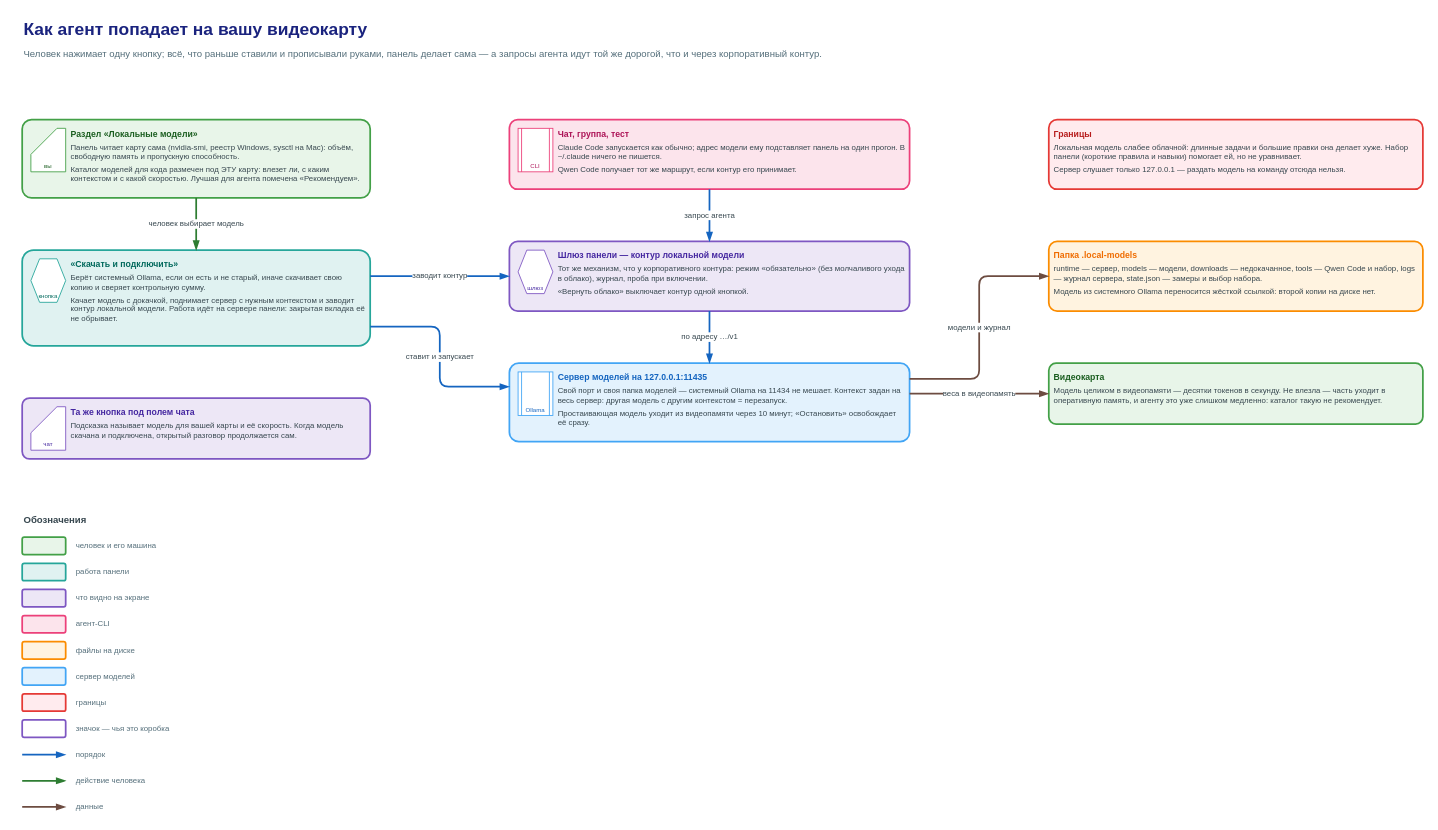
This is docs/diagrams/localModels-guide/localModels-guide.drawio from rusyander/claude-control, a draw.io file, before an edit. Source tidied: cells renumbered, new cells numbered last; positions are measured from the earlier drawing's top-left corner, leaving out a move shared by most shapes. Both pictures are drawn from the tidied source at 87%, with x=0, y=0 at pixel (22, 15).
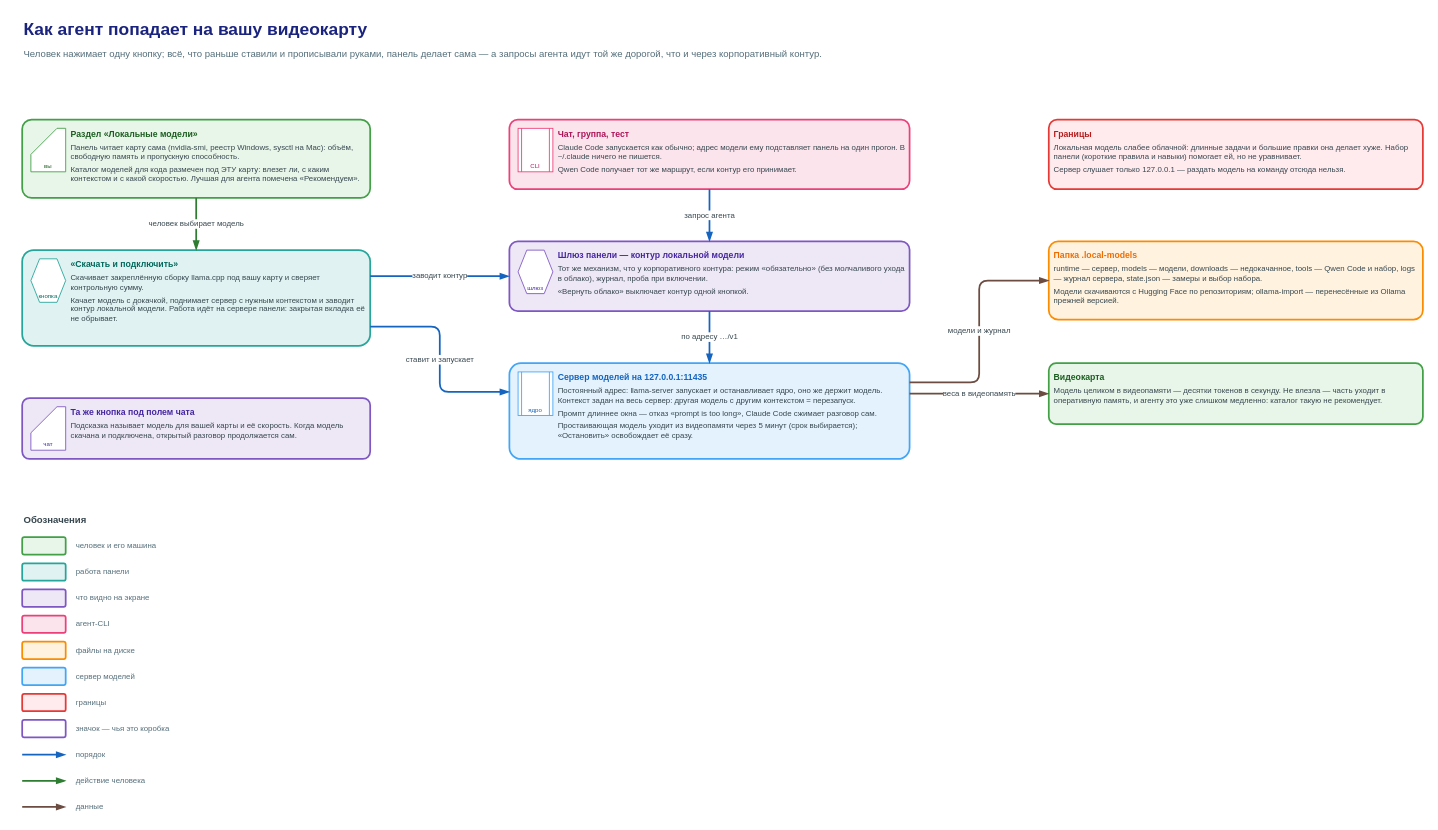
After the change.

The change refers to these unchanged cells:
```xml
<mxCell id="16" value="&lt;div style=&quot;font-size:10px;font-weight:600;color:#1B5E20;text-align:left&quot;&gt;Видеокарта&lt;/div&gt;&lt;div style=&quot;font-size:9px;text-align:left;margin-top:4px&quot;&gt;Модель целиком в видеопамяти — десятки токенов в секунду. Не влезла — часть уходит в оперативную память, и агенту это уже слишком медленно: каталог такую не рекомендует.&lt;/div&gt;" style="rounded=1;arcSize=12;fillColor=#E8F5E9;strokeColor=#43A047;strokeWidth=2;html=1;whiteSpace=wrap;align=left;verticalAlign=top;spacing=6;fontSize=9;fontColor=#37474F;informational=1;" parent="1" vertex="1">
  <mxGeometry x="1180" y="400" width="430" height="70" as="geometry" />
</mxCell>
```

What changed in the source:
```diff
@@
-    <mxCell id="6" value="&lt;div style=&quot;font-size:10px;font-weight:600;color:#00695C;text-align:left&quot;&gt;«Скачать и подключить»&lt;/div&gt;&lt;div style=&quot;font-size:9px;text-align:left;margin-top:4px&quot;&gt;Берёт системный Ollama, если он есть и не старый, иначе скачивает свою копию и сверяет контрольную сумму.&lt;/div&gt;&lt;div style=&quot;font-size:9px;text-align:left;margin-top:4px&quot;&gt;Качает модель с докачкой, поднимает сервер с нужным контекстом и заводит контур локальной модели. Работа идёт на сервере панели: закрытая вкладка её не обрывает.&lt;/div&gt;" style="rounded=1;arcSize=12;fillColor=#E0F2F1;strokeColor=#26A69A;strokeWidth=2;html=1;whiteSpace=wrap;align=left;verticalAlign=top;spacing=6;fontSize=9;fontColor=#37474F;spacingLeft=50;informational=1;" parent="1" vertex="1">
+    <mxCell id="6" value="&lt;div style=&quot;font-size:10px;font-weight:600;color:#00695C;text-align:left&quot;&gt;«Скачать и подключить»&lt;/div&gt;&lt;div style=&quot;font-size:9px;text-align:left;margin-top:4px&quot;&gt;Скачивает закреплённую сборку llama.cpp под вашу карту и сверяет контрольную сумму.&lt;/div&gt;&lt;div style=&quot;font-size:9px;text-align:left;margin-top:4px&quot;&gt;Качает модель с докачкой, поднимает сервер с нужным контекстом и заводит контур локальной модели. Работа идёт на сервере панели: закрытая вкладка её не обрывает.&lt;/div&gt;" style="rounded=1;arcSize=12;fillColor=#E0F2F1;strokeColor=#26A69A;strokeWidth=2;html=1;whiteSpace=wrap;align=left;verticalAlign=top;spacing=6;fontSize=9;fontColor=#37474F;spacingLeft=50;informational=1;" parent="1" vertex="1">
       <mxGeometry y="270" width="400" height="110" as="geometry" />
     </mxCell>
@@
-    <mxCell id="14" value="&lt;div style=&quot;font-size:10px;font-weight:600;color:#1565C0;text-align:left&quot;&gt;Сервер моделей на 127.0.0.1:11435&lt;/div&gt;&lt;div style=&quot;font-size:9px;text-align:left;margin-top:4px&quot;&gt;Свой порт и своя папка моделей — системный Ollama на 11434 не мешает. Контекст задан на весь сервер: другая модель с другим контекстом = перезапуск.&lt;/div&gt;&lt;div style=&quot;font-size:9px;text-align:left;margin-top:4px&quot;&gt;Простаивающая модель уходит из видеопамяти через 10 минут; «Остановить» освобождает её сразу.&lt;/div&gt;" style="rounded=1;arcSize=12;fillColor=#E3F2FD;strokeColor=#42A5F5;strokeWidth=2;html=1;whiteSpace=wrap;align=left;verticalAlign=top;spacing=6;fontSize=9;fontColor=#37474F;spacingLeft=50;informational=1;" parent="1" vertex="1">
-      <mxGeometry x="560" y="400" width="460" height="90" as="geometry" />
+    <mxCell id="14" value="&lt;div style=&quot;font-size:10px;font-weight:600;color:#1565C0;text-align:left&quot;&gt;Сервер моделей на 127.0.0.1:11435&lt;/div&gt;&lt;div style=&quot;font-size:9px;text-align:left;margin-top:4px&quot;&gt;Постоянный адрес: llama-server запускает и останавливает ядро, оно же держит модель. Контекст задан на весь сервер: другая модель с другим контекстом = перезапуск.&lt;/div&gt;&lt;div style=&quot;font-size:9px;text-align:left;margin-top:4px&quot;&gt;Промпт длиннее окна — отказ «prompt is too long», Claude Code сжимает разговор сам.&lt;/div&gt;&lt;div style=&quot;font-size:9px;text-align:left;margin-top:4px&quot;&gt;Простаивающая модель уходит из видеопамяти через 5 минут (срок выбирается); «Остановить» освобождает её сразу.&lt;/div&gt;" style="rounded=1;arcSize=12;fillColor=#E3F2FD;strokeColor=#42A5F5;strokeWidth=2;html=1;whiteSpace=wrap;align=left;verticalAlign=top;spacing=6;fontSize=9;fontColor=#37474F;spacingLeft=50;informational=1;" parent="1" vertex="1">
+      <mxGeometry x="560" y="400" width="460" height="110" as="geometry" />
     </mxCell>
-    <mxCell id="15" value="Ollama" style="shape=process;fillColor=#FFFFFF;strokeColor=#42A5F5;html=1;whiteSpace=wrap;align=center;verticalAlign=bottom;fontSize=7;fontColor=#1565C0;informational=1;" parent="14" vertex="1">
+    <mxCell id="15" value="ядро" style="shape=process;fillColor=#FFFFFF;strokeColor=#42A5F5;html=1;whiteSpace=wrap;align=center;verticalAlign=bottom;fontSize=7;fontColor=#1565C0;informational=1;" parent="14" vertex="1">
       <mxGeometry x="10" y="10" width="40" height="50" as="geometry" />
     </mxCell>
@@
-    <mxCell id="17" value="&lt;div style=&quot;font-size:10px;font-weight:600;color:#EF6C00;text-align:left&quot;&gt;Папка .local-models&lt;/div&gt;&lt;div style=&quot;font-size:9px;text-align:left;margin-top:4px&quot;&gt;runtime — сервер, models — модели, downloads — недокачанное, tools — Qwen Code и набор, logs — журнал сервера, state.json — замеры и выбор набора.&lt;/div&gt;&lt;div style=&quot;font-size:9px;text-align:left;margin-top:4px&quot;&gt;Модель из системного Ollama переносится жёсткой ссылкой: второй копии на диске нет.&lt;/div&gt;" style="rounded=1;arcSize=12;fillColor=#FFF3E0;strokeColor=#FB8C00;strokeWidth=2;html=1;whiteSpace=wrap;align=left;verticalAlign=top;spacing=6;fontSize=9;fontColor=#37474F;informational=1;" parent="1" vertex="1">
-      <mxGeometry x="1180" y="260" width="430" height="80" as="geometry" />
+    <mxCell id="17" value="&lt;div style=&quot;font-size:10px;font-weight:600;color:#EF6C00;text-align:left&quot;&gt;Папка .local-models&lt;/div&gt;&lt;div style=&quot;font-size:9px;text-align:left;margin-top:4px&quot;&gt;runtime — сервер, models — модели, downloads — недокачанное, tools — Qwen Code и набор, logs — журнал сервера, state.json — замеры и выбор набора.&lt;/div&gt;&lt;div style=&quot;font-size:9px;text-align:left;margin-top:4px&quot;&gt;Модели скачиваются с Hugging Face по репозиториям; ollama-import — перенесённые из Ollama прежней версией.&lt;/div&gt;" style="rounded=1;arcSize=12;fillColor=#FFF3E0;strokeColor=#FB8C00;strokeWidth=2;html=1;whiteSpace=wrap;align=left;verticalAlign=top;spacing=6;fontSize=9;fontColor=#37474F;informational=1;" parent="1" vertex="1">
+      <mxGeometry x="1180" y="260" width="430" height="90" as="geometry" />
     </mxCell>
@@
     <mxCell id="20" value="ставит и запускает" style="edgeStyle=orthogonalEdgeStyle;rounded=1;html=1;fontSize=9;fontColor=#37474F;labelBackgroundColor=#FFFFFF;endArrow=blockThin;endFill=1;jettySize=auto;strokeWidth=2;strokeColor=#1565C0;exitX=1;exitY=0.8;exitDx=0;exitDy=0;entryX=0;entryY=0.3;entryDx=0;entryDy=0;" parent="1" edge="1" source="6" target="14">
       <mxGeometry relative="1" as="geometry">
         <Array as="points">
           <mxPoint x="480" y="358" />
-          <mxPoint x="480" y="427" />
+          <mxPoint x="480" y="433" />
         </Array>
       </mxGeometry>
     </mxCell>
@@
-    <mxCell id="24" value="веса в видеопамять" style="edgeStyle=orthogonalEdgeStyle;rounded=1;html=1;fontSize=9;fontColor=#37474F;labelBackgroundColor=#FFFFFF;endArrow=blockThin;endFill=1;jettySize=auto;strokeWidth=2;strokeColor=#6D4C41;exitX=1;exitY=0.3888888888888889;exitDx=0;exitDy=0;entryX=0;entryY=0.5;entryDx=0;entryDy=0;" parent="1" edge="1" source="14" target="16">
+    <mxCell id="24" value="веса в видеопамять" style="edgeStyle=orthogonalEdgeStyle;rounded=1;html=1;fontSize=9;fontColor=#37474F;labelBackgroundColor=#FFFFFF;endArrow=blockThin;endFill=1;jettySize=auto;strokeWidth=2;strokeColor=#6D4C41;exitX=1;exitY=0.3181818181818182;exitDx=0;exitDy=0;entryX=0;entryY=0.5;entryDx=0;entryDy=0;" parent="1" edge="1" source="14" target="16">
       <mxGeometry relative="1" as="geometry" />
     </mxCell>
     <mxCell id="25" value="модели и журнал" style="edgeStyle=orthogonalEdgeStyle;rounded=1;html=1;fontSize=9;fontColor=#37474F;labelBackgroundColor=#FFFFFF;endArrow=blockThin;endFill=1;jettySize=auto;strokeWidth=2;strokeColor=#6D4C41;exitX=1;exitY=0.2;exitDx=0;exitDy=0;entryX=0;entryY=0.5;entryDx=0;entryDy=0;" parent="1" edge="1" source="14" target="17">
       <mxGeometry relative="1" as="geometry">
         <Array as="points">
-          <mxPoint x="1100" y="418" />
-          <mxPoint x="1100" y="300" />
+          <mxPoint x="1100" y="422" />
+          <mxPoint x="1100" y="305" />
         </Array>
       </mxGeometry>
     </mxCell>
```
